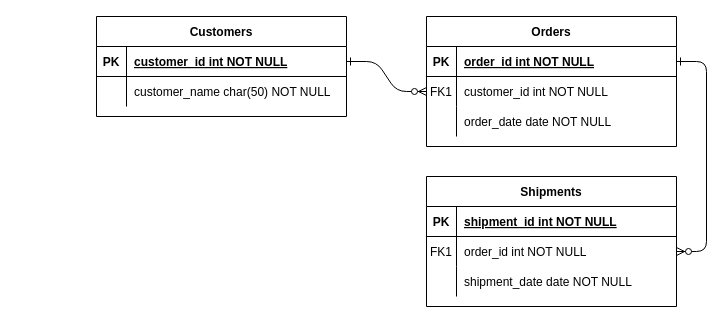
Before: oneToOne/Untitled Diagram.drawio in Ranjitk0001/RelationMappingSpringBoot, a draw.io diagram. Source tidied: cells renumbered, new cells numbered last; positions are measured from the earlier drawing's top-left corner, leaving out a move shared by most shapes. Both pictures are drawn from the tidied source at 100%, with x=0, y=0 at pixel (96, 16).
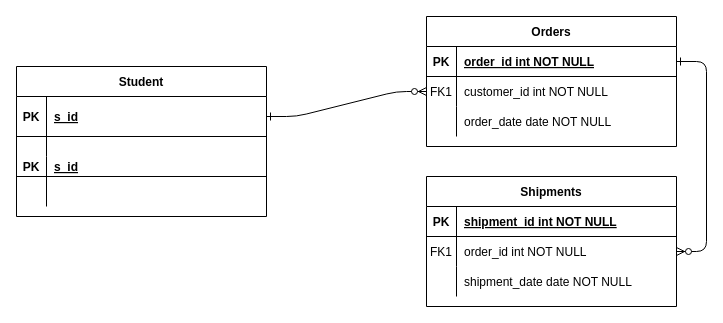
The same page after the edit.

The edit, as a diff of the source:
```diff
@@
-    <mxCell id="24" value="Customers" style="shape=table;startSize=30;childLayout=tableLayout;rowLines=0;fontStyle=1;align=center;" parent="1" vertex="1">
-      <mxGeometry width="250" height="100" as="geometry" />
+    <mxCell id="24" value="Student" style="shape=table;startSize=30;childLayout=tableLayout;rowLines=0;fontStyle=1;align=center;" parent="1" vertex="1">
+      <mxGeometry x="-80" y="50" width="250" height="150" as="geometry" />
     </mxCell>
     <mxCell id="25" style="shape=partialRectangle;fillColor=none;points=[[0,0.5],[1,0.5]];portConstraint=eastwest;top=0;left=0;right=0;bottom=1;" parent="24" vertex="1">
-      <mxGeometry y="30" width="250" height="30" as="geometry" />
+      <mxGeometry y="30" width="250" height="40" as="geometry" />
     </mxCell>
     <mxCell id="26" value="PK" style="shape=partialRectangle;overflow=hidden;fillColor=none;top=0;left=0;bottom=0;right=0;fontStyle=1;" parent="25" vertex="1">
-      <mxGeometry width="30" height="30" as="geometry" />
+      <mxGeometry width="30" height="40" as="geometry" />
     </mxCell>
-    <mxCell id="27" value="customer_id int NOT NULL " style="shape=partialRectangle;overflow=hidden;fillColor=none;top=0;left=0;bottom=0;right=0;align=left;spacingLeft=6;fontStyle=5;" parent="25" vertex="1">
-      <mxGeometry x="30" width="220" height="30" as="geometry" />
+    <mxCell id="27" value="s_id" style="shape=partialRectangle;overflow=hidden;fillColor=none;top=0;left=0;bottom=0;right=0;align=left;spacingLeft=6;fontStyle=5;" parent="25" vertex="1">
+      <mxGeometry x="30" width="220" height="40" as="geometry" />
     </mxCell>
     <mxCell id="28" style="shape=partialRectangle;fillColor=none;top=0;left=0;right=0;bottom=0;" parent="24" vertex="1">
-      <mxGeometry y="60" width="250" height="30" as="geometry" />
+      <mxGeometry y="70" width="250" height="20" as="geometry" />
     </mxCell>
     <mxCell id="29" style="shape=partialRectangle;overflow=hidden;fillColor=none;top=0;left=0;bottom=0;right=0;" parent="28" vertex="1">
-      <mxGeometry width="30" height="30" as="geometry" />
+      <mxGeometry width="30" height="20" as="geometry" />
     </mxCell>
-    <mxCell id="30" value="customer_name char(50) NOT NULL" style="shape=partialRectangle;overflow=hidden;fillColor=none;top=0;left=0;bottom=0;right=0;align=left;spacingLeft=6;" parent="28" vertex="1">
-      <mxGeometry x="30" width="220" height="30" as="geometry" />
+    <mxCell id="30" style="shape=partialRectangle;overflow=hidden;fillColor=none;top=0;left=0;bottom=0;right=0;align=left;spacingLeft=6;" parent="28" vertex="1">
+      <mxGeometry x="30" width="220" height="20" as="geometry" />
     </mxCell>
+    <mxCell id="31" style="shape=partialRectangle;fillColor=none;top=0;left=0;right=0;bottom=1;" parent="24" vertex="1">
+      <mxGeometry y="90" width="250" height="20" as="geometry" />
+    </mxCell>
+    <mxCell id="32" value="PK" style="shape=partialRectangle;overflow=hidden;fillColor=none;top=0;left=0;bottom=0;right=0;fontStyle=1;" parent="31" vertex="1">
+      <mxGeometry width="30" height="20" as="geometry" />
+    </mxCell>
+    <mxCell id="33" value="s_id" style="shape=partialRectangle;overflow=hidden;fillColor=none;top=0;left=0;bottom=0;right=0;align=left;spacingLeft=6;fontStyle=5;" parent="31" vertex="1">
+      <mxGeometry x="30" width="220" height="20" as="geometry" />
+    </mxCell>
+    <mxCell id="34" style="shape=partialRectangle;fillColor=none;top=0;left=0;right=0;bottom=0;" parent="24" vertex="1">
+      <mxGeometry y="110" width="250" height="30" as="geometry" />
+    </mxCell>
+    <mxCell id="35" style="shape=partialRectangle;overflow=hidden;fillColor=none;top=0;left=0;bottom=0;right=0;" parent="34" vertex="1">
+      <mxGeometry width="30" height="30" as="geometry" />
+    </mxCell>
+    <mxCell id="36" style="shape=partialRectangle;overflow=hidden;fillColor=none;top=0;left=0;bottom=0;right=0;align=left;spacingLeft=6;" parent="34" vertex="1">
+      <mxGeometry x="30" width="220" height="30" as="geometry" />
+    </mxCell>
```
